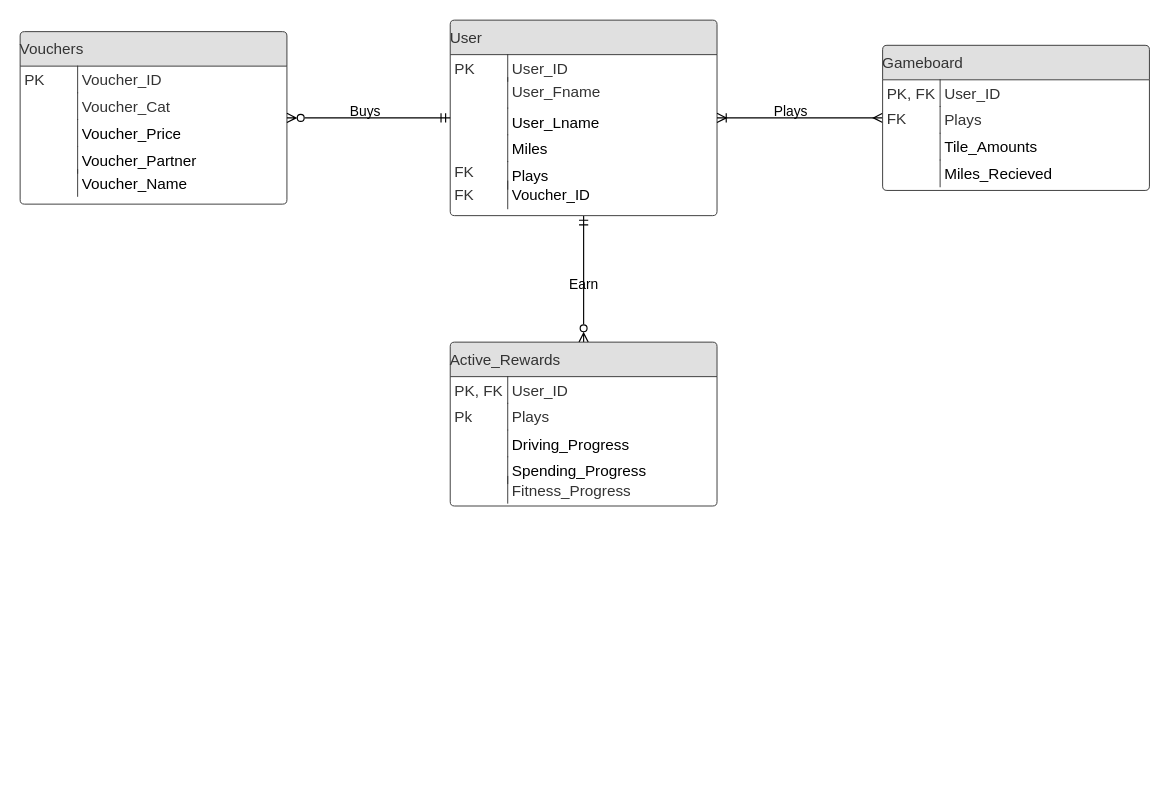
The draw.io diagram CMPG323proj1.drawio in TimonAugustyn/AccountSystem28585984, before the edit. Source tidied: cells renumbered, new cells numbered last; positions are measured from the earlier drawing's top-left corner, leaving out a move shared by most shapes. Both pictures are drawn from the tidied source at 115%, with x=0, y=0 at pixel (20, 20).
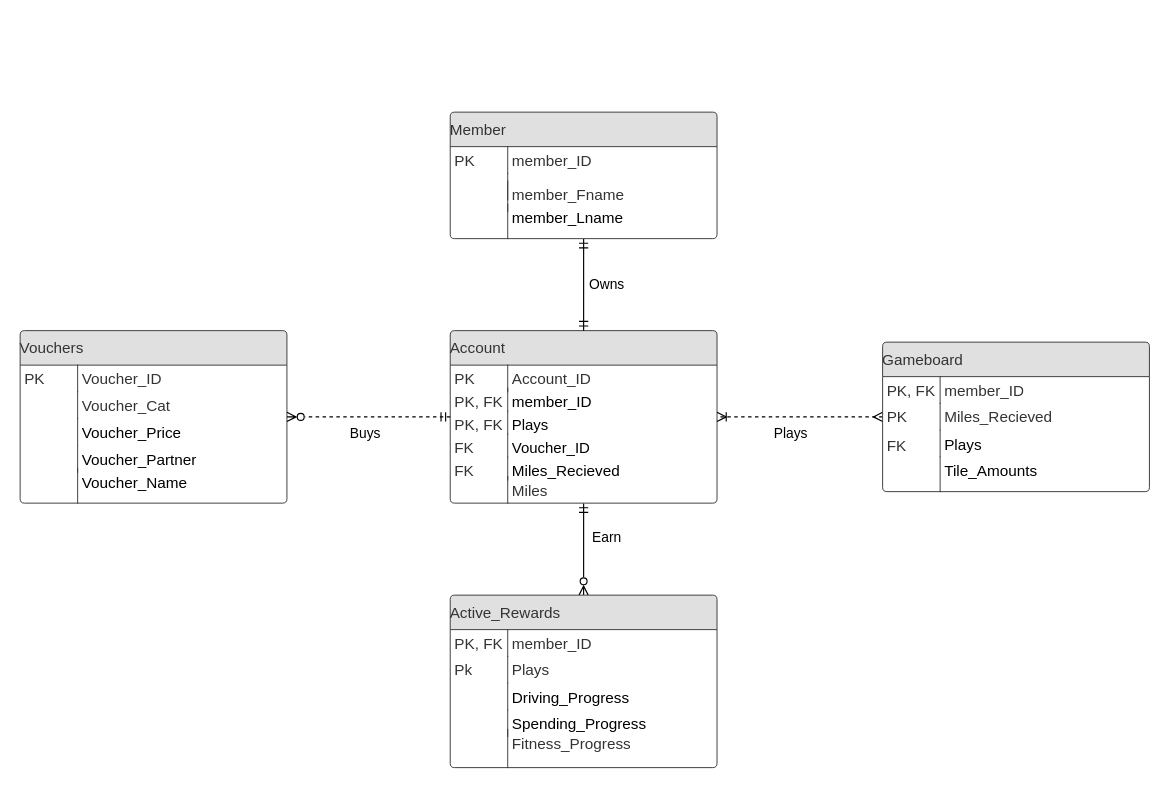
The same diagram, later.

Commit message:
Mostly finished

Added account table and create the tables in SQL developer to test it

What changed in the source:
```diff
@@
-    <mxCell id="3" value="User" style="html=1;overflow=block;blockSpacing=1;whiteSpace=wrap;swimlane;fontStyle=0;swimlaneFillColor=#ffffff;startSize=30;whiteSpace=wrap;fontSize=13.3;fontColor=#333333;align=left;fillColor=#e0e0e0;whiteSpace=wrap;spacing=0;strokeColor=#333333;strokeOpacity=100;fillOpacity=100;rounded=1;absoluteArcSize=1;arcSize=7.5;strokeWidth=0.8;" parent="1" vertex="1">
-      <mxGeometry x="374" width="232" height="170" as="geometry" />
+    <mxCell id="3" value="Account" style="html=1;overflow=block;blockSpacing=1;whiteSpace=wrap;swimlane;fontStyle=0;swimlaneFillColor=#ffffff;startSize=30;whiteSpace=wrap;fontSize=13.3;fontColor=#333333;align=left;fillColor=#e0e0e0;whiteSpace=wrap;spacing=0;strokeColor=#333333;strokeOpacity=100;fillOpacity=100;rounded=1;absoluteArcSize=1;arcSize=7.5;strokeWidth=0.8;" parent="1" vertex="1">
+      <mxGeometry x="374" y="270" width="232" height="150" as="geometry" />
     </mxCell>
@@
-    <mxCell id="5" value="User_ID" style="shape=partialRectangle;top=0;right=0;bottom=0;align=left;verticalAlign=top;spacingLeft=4;spacingRight=4;overflow=hidden;whiteSpace=wrap;swimlaneFillColor=#ffffff;whiteSpace=wrap;fontSize=13.3;fontColor=#333333;fillColor=none;strokeOpacity=100;fillOpacity=100;whiteSpace=wrap;spacing=0;strokeColor=#333333;rounded=1;absoluteArcSize=1;arcSize=7.5;strokeWidth=0.8;" parent="3" vertex="1">
+    <mxCell id="5" value="Account_ID" style="shape=partialRectangle;top=0;right=0;bottom=0;align=left;verticalAlign=top;spacingLeft=4;spacingRight=4;overflow=hidden;whiteSpace=wrap;swimlaneFillColor=#ffffff;whiteSpace=wrap;fontSize=13.3;fontColor=#333333;fillColor=none;strokeOpacity=100;fillOpacity=100;whiteSpace=wrap;spacing=0;strokeColor=#333333;rounded=1;absoluteArcSize=1;arcSize=7.5;strokeWidth=0.8;" parent="3" vertex="1">
       <mxGeometry x="50" y="30" width="160" height="23.2" as="geometry" />
     </mxCell>
-    <mxCell id="6" value="User_Fname" style="shape=partialRectangle;top=0;right=0;bottom=0;align=left;verticalAlign=top;spacingLeft=4;spacingRight=4;overflow=hidden;whiteSpace=wrap;swimlaneFillColor=#ffffff;whiteSpace=wrap;fontSize=13.3;fontColor=#333333;fillColor=none;strokeOpacity=100;fillOpacity=100;whiteSpace=wrap;spacing=0;strokeColor=#333333;rounded=1;absoluteArcSize=1;arcSize=7.5;strokeWidth=0.8;" parent="3" vertex="1">
-      <mxGeometry x="50" y="50" width="160" height="26.5" as="geometry" />
-    </mxCell>
-    <mxCell id="7" value="User_Lname" style="shape=partialRectangle;top=0;right=0;bottom=0;align=left;verticalAlign=top;spacingLeft=4;spacingRight=4;overflow=hidden;whiteSpace=wrap;swimlaneFillColor=#ffffff;whiteSpace=wrap;fontSize=13.3;fillColor=none;strokeOpacity=100;fillOpacity=100;whiteSpace=wrap;spacing=0;strokeColor=#333333;rounded=1;absoluteArcSize=1;arcSize=7.5;strokeWidth=0.8;" parent="3" vertex="1">
-      <mxGeometry x="50" y="76.5" width="160" height="23.2" as="geometry" />
-    </mxCell>
-    <mxCell id="8" value="Miles" style="shape=partialRectangle;top=0;right=0;bottom=0;align=left;verticalAlign=top;spacingLeft=4;spacingRight=4;overflow=hidden;whiteSpace=wrap;swimlaneFillColor=#ffffff;whiteSpace=wrap;fontSize=13.3;fillColor=none;strokeOpacity=100;fillOpacity=100;whiteSpace=wrap;spacing=0;strokeColor=#333333;rounded=1;absoluteArcSize=1;arcSize=7.5;strokeWidth=0.8;" parent="3" vertex="1">
-      <mxGeometry x="50" y="99.8" width="160" height="23.2" as="geometry" />
+    <mxCell id="8" value="member_ID" style="shape=partialRectangle;top=0;right=0;bottom=0;align=left;verticalAlign=top;spacingLeft=4;spacingRight=4;overflow=hidden;whiteSpace=wrap;swimlaneFillColor=#ffffff;whiteSpace=wrap;fontSize=13.3;fillColor=none;strokeOpacity=100;fillOpacity=100;whiteSpace=wrap;spacing=0;strokeColor=#333333;rounded=1;absoluteArcSize=1;arcSize=7.5;strokeWidth=0.8;" parent="3" vertex="1">
+      <mxGeometry x="50" y="50" width="160" height="20" as="geometry" />
     </mxCell>
-    <mxCell id="9" style="strokeColor=none;align=left;verticalAlign=top;spacingLeft=4;spacingRight=4;overflow=hidden;whiteSpace=wrap;swimlaneFillColor=#ffffff;whiteSpace=wrap;fontSize=13;fillColor=none;strokeOpacity=100;fillOpacity=100;whiteSpace=wrap;spacing=0;rounded=1;absoluteArcSize=1;arcSize=7.5;strokeWidth=0.8;" parent="3" vertex="1">
-      <mxGeometry y="123" width="54.2" height="24" as="geometry" />
-    </mxCell>
     <mxCell id="10" value="Plays" style="shape=partialRectangle;top=0;right=0;bottom=0;align=left;verticalAlign=top;spacingLeft=4;spacingRight=4;overflow=hidden;whiteSpace=wrap;swimlaneFillColor=#ffffff;whiteSpace=wrap;fontSize=13;fillColor=none;strokeOpacity=100;fillOpacity=100;whiteSpace=wrap;spacing=0;strokeColor=#333333;rounded=1;absoluteArcSize=1;arcSize=7.5;strokeWidth=0.8;" parent="3" vertex="1">
-      <mxGeometry x="50" y="123" width="160" height="24" as="geometry" />
+      <mxGeometry x="50" y="70" width="160" height="20" as="geometry" />
     </mxCell>
     <mxCell id="11" value="Voucher_ID" style="shape=partialRectangle;top=0;right=0;bottom=0;align=left;verticalAlign=top;spacingLeft=4;spacingRight=4;overflow=hidden;whiteSpace=wrap;swimlaneFillColor=#ffffff;whiteSpace=wrap;fontSize=13;fillColor=none;strokeOpacity=100;fillOpacity=100;whiteSpace=wrap;spacing=0;strokeColor=#333333;rounded=1;absoluteArcSize=1;arcSize=7.5;strokeWidth=0.8;" parent="3" vertex="1">
-      <mxGeometry x="50" y="140" width="160.8" height="24" as="geometry" />
+      <mxGeometry x="50" y="90" width="160.8" height="20" as="geometry" />
     </mxCell>
-    <mxCell id="12" value="FK" style="strokeColor=none;align=left;verticalAlign=top;spacingLeft=4;spacingRight=4;overflow=hidden;whiteSpace=wrap;swimlaneFillColor=#ffffff;whiteSpace=wrap;fontSize=13.3;fontColor=#333333;fillColor=none;strokeOpacity=100;fillOpacity=100;whiteSpace=wrap;spacing=0;rounded=1;absoluteArcSize=1;arcSize=7.5;strokeWidth=0.8;" parent="3" vertex="1">
-      <mxGeometry y="120" width="54.2" height="23.2" as="geometry" />
-    </mxCell>
-    <mxCell id="13" value="FK" style="strokeColor=none;align=left;verticalAlign=top;spacingLeft=4;spacingRight=4;overflow=hidden;whiteSpace=wrap;swimlaneFillColor=#ffffff;whiteSpace=wrap;fontSize=13.3;fontColor=#333333;fillColor=none;strokeOpacity=100;fillOpacity=100;whiteSpace=wrap;spacing=0;rounded=1;absoluteArcSize=1;arcSize=7.5;strokeWidth=0.8;" parent="3" vertex="1">
-      <mxGeometry y="140" width="54.2" height="23.2" as="geometry" />
-    </mxCell>
+    <mxCell id="41" value="PK, FK" style="strokeColor=none;align=left;verticalAlign=top;spacingLeft=4;spacingRight=4;overflow=hidden;whiteSpace=wrap;swimlaneFillColor=#ffffff;whiteSpace=wrap;fontSize=13.3;fontColor=#333333;fillColor=none;strokeOpacity=100;fillOpacity=100;whiteSpace=wrap;spacing=0;rounded=1;absoluteArcSize=1;arcSize=7.5;strokeWidth=0.8;" parent="3" vertex="1">
+      <mxGeometry y="50" width="54.2" height="23.2" as="geometry" />
+    </mxCell>
+    <mxCell id="42" value="PK, FK" style="strokeColor=none;align=left;verticalAlign=top;spacingLeft=4;spacingRight=4;overflow=hidden;whiteSpace=wrap;swimlaneFillColor=#ffffff;whiteSpace=wrap;fontSize=13.3;fontColor=#333333;fillColor=none;strokeOpacity=100;fillOpacity=100;whiteSpace=wrap;spacing=0;rounded=1;absoluteArcSize=1;arcSize=7.5;strokeWidth=0.8;" parent="3" vertex="1">
+      <mxGeometry y="70" width="54.2" height="23.2" as="geometry" />
+    </mxCell>
+    <mxCell id="43" value="FK" style="strokeColor=none;align=left;verticalAlign=top;spacingLeft=4;spacingRight=4;overflow=hidden;whiteSpace=wrap;swimlaneFillColor=#ffffff;whiteSpace=wrap;fontSize=13.3;fontColor=#333333;fillColor=none;strokeOpacity=100;fillOpacity=100;whiteSpace=wrap;spacing=0;rounded=1;absoluteArcSize=1;arcSize=7.5;strokeWidth=0.8;" parent="3" vertex="1">
+      <mxGeometry y="90" width="54.2" height="23.2" as="geometry" />
+    </mxCell>
+    <mxCell id="44" value="Miles_Recieved" style="shape=partialRectangle;top=0;right=0;bottom=0;align=left;verticalAlign=top;spacingLeft=4;spacingRight=4;overflow=hidden;whiteSpace=wrap;swimlaneFillColor=#ffffff;whiteSpace=wrap;fontSize=13.3;fillColor=none;strokeOpacity=100;fillOpacity=100;whiteSpace=wrap;spacing=0;strokeColor=#333333;rounded=1;absoluteArcSize=1;arcSize=7.5;strokeWidth=0.8;" parent="3" vertex="1">
+      <mxGeometry x="50" y="110" width="156" height="20" as="geometry" />
+    </mxCell>
+    <mxCell id="45" value="Miles" style="shape=partialRectangle;top=0;right=0;bottom=0;align=left;verticalAlign=top;spacingLeft=4;spacingRight=4;overflow=hidden;whiteSpace=wrap;swimlaneFillColor=#ffffff;whiteSpace=wrap;fontSize=13.3;fontColor=#333333;fillColor=none;strokeOpacity=100;fillOpacity=100;whiteSpace=wrap;spacing=0;strokeColor=#333333;rounded=1;absoluteArcSize=1;arcSize=7.5;strokeWidth=0.8;" parent="3" vertex="1">
+      <mxGeometry x="50" y="126.8" width="156" height="23.2" as="geometry" />
+    </mxCell>
+    <mxCell id="46" value="FK" style="strokeColor=none;align=left;verticalAlign=top;spacingLeft=4;spacingRight=4;overflow=hidden;whiteSpace=wrap;swimlaneFillColor=#ffffff;whiteSpace=wrap;fontSize=13.3;fontColor=#333333;fillColor=none;strokeOpacity=100;fillOpacity=100;whiteSpace=wrap;spacing=0;rounded=1;absoluteArcSize=1;arcSize=7.5;strokeWidth=0.8;" parent="3" vertex="1">
+      <mxGeometry y="110" width="54.2" height="23.2" as="geometry" />
+    </mxCell>
     <mxCell id="14" value="Vouchers" style="html=1;overflow=block;blockSpacing=1;whiteSpace=wrap;swimlane;fontStyle=0;swimlaneFillColor=#ffffff;startSize=30;whiteSpace=wrap;fontSize=13.3;fontColor=#333333;align=left;fillColor=#e0e0e0;whiteSpace=wrap;spacing=0;strokeColor=#333333;strokeOpacity=100;fillOpacity=100;rounded=1;absoluteArcSize=1;arcSize=7.5;strokeWidth=0.8;" parent="1" vertex="1">
-      <mxGeometry y="10" width="232" height="150" as="geometry" />
+      <mxGeometry y="270" width="232" height="150" as="geometry" />
     </mxCell>
@@
     <mxCell id="20" value="Voucher_Name" style="shape=partialRectangle;top=0;right=0;bottom=0;align=left;verticalAlign=top;spacingLeft=4;spacingRight=4;overflow=hidden;whiteSpace=wrap;swimlaneFillColor=#ffffff;whiteSpace=wrap;fontSize=13.3;fillColor=none;strokeOpacity=100;fillOpacity=100;whiteSpace=wrap;spacing=0;strokeColor=#333333;rounded=1;absoluteArcSize=1;arcSize=7.5;strokeWidth=0.8;" parent="14" vertex="1">
-      <mxGeometry x="50" y="120" width="155.8" height="23.2" as="geometry" />
+      <mxGeometry x="50" y="120" width="155.8" height="30" as="geometry" />
     </mxCell>
     <mxCell id="21" value="Active_Rewards" style="html=1;overflow=block;blockSpacing=1;whiteSpace=wrap;swimlane;fontStyle=0;swimlaneFillColor=#ffffff;startSize=30;whiteSpace=wrap;fontSize=13.3;fontColor=#333333;align=left;fillColor=#e0e0e0;whiteSpace=wrap;spacing=0;strokeColor=#333333;strokeOpacity=100;fillOpacity=100;rounded=1;absoluteArcSize=1;arcSize=7.5;strokeWidth=0.8;" parent="1" vertex="1">
-      <mxGeometry x="374" y="280" width="232" height="142.5" as="geometry" />
+      <mxGeometry x="374" y="500" width="232" height="150" as="geometry" />
     </mxCell>
@@
-    <mxCell id="23" value="User_ID" style="shape=partialRectangle;top=0;right=0;bottom=0;align=left;verticalAlign=top;spacingLeft=4;spacingRight=4;overflow=hidden;whiteSpace=wrap;swimlaneFillColor=#ffffff;whiteSpace=wrap;fontSize=13.3;fontColor=#333333;fillColor=none;strokeOpacity=100;fillOpacity=100;whiteSpace=wrap;spacing=0;strokeColor=#333333;rounded=1;absoluteArcSize=1;arcSize=7.5;strokeWidth=0.8;" parent="21" vertex="1">
+    <mxCell id="23" value="member_ID" style="shape=partialRectangle;top=0;right=0;bottom=0;align=left;verticalAlign=top;spacingLeft=4;spacingRight=4;overflow=hidden;whiteSpace=wrap;swimlaneFillColor=#ffffff;whiteSpace=wrap;fontSize=13.3;fontColor=#333333;fillColor=none;strokeOpacity=100;fillOpacity=100;whiteSpace=wrap;spacing=0;strokeColor=#333333;rounded=1;absoluteArcSize=1;arcSize=7.5;strokeWidth=0.8;" parent="21" vertex="1">
       <mxGeometry x="50" y="30" width="160" height="23.2" as="geometry" />
     </mxCell>
@@
     <mxCell id="27" value="Fitness_Progress" style="shape=partialRectangle;top=0;right=0;bottom=0;align=left;verticalAlign=top;spacingLeft=4;spacingRight=4;overflow=hidden;whiteSpace=wrap;swimlaneFillColor=#ffffff;whiteSpace=wrap;fontSize=13.3;fontColor=#333333;fillColor=none;strokeOpacity=100;fillOpacity=100;whiteSpace=wrap;spacing=0;strokeColor=#333333;rounded=1;absoluteArcSize=1;arcSize=7.5;strokeWidth=0.8;" parent="21" vertex="1">
-      <mxGeometry x="50" y="116.8" width="165.8" height="23.2" as="geometry" />
+      <mxGeometry x="50" y="116.8" width="165.8" height="33.2" as="geometry" />
     </mxCell>
@@
-    <mxCell id="29" style="edgeStyle=orthogonalEdgeStyle;rounded=0;jettySize=auto;html=1;entryX=1;entryY=0.5;entryDx=0;entryDy=0;exitX=0;exitY=0.5;exitDx=0;exitDy=0;startArrow=ERmandOne;startFill=0;endArrow=ERzeroToMany;endFill=0;" parent="1" edge="1" source="3" target="14">
+    <mxCell id="29" style="edgeStyle=orthogonalEdgeStyle;rounded=0;jettySize=auto;html=1;entryX=1;entryY=0.5;entryDx=0;entryDy=0;exitX=0;exitY=0.5;exitDx=0;exitDy=0;startArrow=ERmandOne;startFill=0;endArrow=ERzeroToMany;endFill=0;dashed=1;" parent="1" edge="1" source="3" target="14">
       <mxGeometry relative="1" as="geometry" />
     </mxCell>
     <mxCell id="30" value="Earn" style="text;html=1;align=center;verticalAlign=middle;strokeColor=none;fillColor=none;" parent="1" vertex="1">
-      <mxGeometry x="470" y="220" width="40" height="20" as="geometry" />
+      <mxGeometry x="490" y="440" width="40" height="20" as="geometry" />
     </mxCell>
     <mxCell id="31" value="Buys" style="text;html=1;align=center;verticalAlign=middle;strokeColor=none;fillColor=none;" parent="1" vertex="1">
-      <mxGeometry x="280" y="70" width="40" height="20" as="geometry" />
+      <mxGeometry x="280" y="350" width="40" height="20" as="geometry" />
     </mxCell>
-    <mxCell id="32" style="edgeStyle=orthogonalEdgeStyle;rounded=0;jettySize=auto;html=1;entryX=1;entryY=0.5;entryDx=0;entryDy=0;startArrow=ERmany;startFill=0;endArrow=ERoneToMany;endFill=0;" parent="1" edge="1" source="33" target="3">
+    <mxCell id="32" style="edgeStyle=orthogonalEdgeStyle;rounded=0;jettySize=auto;html=1;entryX=1;entryY=0.5;entryDx=0;entryDy=0;startArrow=ERmany;startFill=0;endArrow=ERoneToMany;endFill=0;dashed=1;" parent="1" edge="1" source="33" target="3">
       <mxGeometry relative="1" as="geometry" />
     </mxCell>
     <mxCell id="33" value="Gameboard" style="html=1;overflow=block;blockSpacing=1;whiteSpace=wrap;swimlane;fontStyle=0;swimlaneFillColor=#ffffff;startSize=30;whiteSpace=wrap;fontSize=13.3;fontColor=#333333;align=left;fillColor=#e0e0e0;whiteSpace=wrap;spacing=0;strokeColor=#333333;strokeOpacity=100;fillOpacity=100;rounded=1;absoluteArcSize=1;arcSize=7.5;strokeWidth=0.8;" parent="1" vertex="1">
-      <mxGeometry x="750" y="21.9" width="232" height="126.2" as="geometry" />
+      <mxGeometry x="750" y="280" width="232" height="130" as="geometry" />
     </mxCell>
@@
-    <mxCell id="35" value="User_ID" style="shape=partialRectangle;top=0;right=0;bottom=0;align=left;verticalAlign=top;spacingLeft=4;spacingRight=4;overflow=hidden;whiteSpace=wrap;swimlaneFillColor=#ffffff;whiteSpace=wrap;fontSize=13.3;fontColor=#333333;fillColor=none;strokeOpacity=100;fillOpacity=100;whiteSpace=wrap;spacing=0;strokeColor=#333333;rounded=1;absoluteArcSize=1;arcSize=7.5;strokeWidth=0.8;" parent="33" vertex="1">
+    <mxCell id="35" value="member_ID" style="shape=partialRectangle;top=0;right=0;bottom=0;align=left;verticalAlign=top;spacingLeft=4;spacingRight=4;overflow=hidden;whiteSpace=wrap;swimlaneFillColor=#ffffff;whiteSpace=wrap;fontSize=13.3;fontColor=#333333;fillColor=none;strokeOpacity=100;fillOpacity=100;whiteSpace=wrap;spacing=0;strokeColor=#333333;rounded=1;absoluteArcSize=1;arcSize=7.5;strokeWidth=0.8;" parent="33" vertex="1">
       <mxGeometry x="50" y="30" width="160" height="23.2" as="geometry" />
     </mxCell>
-    <mxCell id="36" value="Plays" style="shape=partialRectangle;top=0;right=0;bottom=0;align=left;verticalAlign=top;spacingLeft=4;spacingRight=4;overflow=hidden;whiteSpace=wrap;swimlaneFillColor=#ffffff;whiteSpace=wrap;fontSize=13.3;fontColor=#333333;fillColor=none;strokeOpacity=100;fillOpacity=100;whiteSpace=wrap;spacing=0;strokeColor=#333333;rounded=1;absoluteArcSize=1;arcSize=7.5;strokeWidth=0.8;" parent="33" vertex="1">
+    <mxCell id="36" value="Miles_Recieved" style="shape=partialRectangle;top=0;right=0;bottom=0;align=left;verticalAlign=top;spacingLeft=4;spacingRight=4;overflow=hidden;whiteSpace=wrap;swimlaneFillColor=#ffffff;whiteSpace=wrap;fontSize=13.3;fontColor=#333333;fillColor=none;strokeOpacity=100;fillOpacity=100;whiteSpace=wrap;spacing=0;strokeColor=#333333;rounded=1;absoluteArcSize=1;arcSize=7.5;strokeWidth=0.8;" parent="33" vertex="1">
       <mxGeometry x="50" y="53.2" width="160" height="23.2" as="geometry" />
     </mxCell>
-    <mxCell id="37" value="Tile_Amounts" style="shape=partialRectangle;top=0;right=0;bottom=0;align=left;verticalAlign=top;spacingLeft=4;spacingRight=4;overflow=hidden;whiteSpace=wrap;swimlaneFillColor=#ffffff;whiteSpace=wrap;fontSize=13.3;fillColor=none;strokeOpacity=100;fillOpacity=100;whiteSpace=wrap;spacing=0;strokeColor=#333333;rounded=1;absoluteArcSize=1;arcSize=7.5;strokeWidth=0.8;" parent="33" vertex="1">
+    <mxCell id="37" value="Plays" style="shape=partialRectangle;top=0;right=0;bottom=0;align=left;verticalAlign=top;spacingLeft=4;spacingRight=4;overflow=hidden;whiteSpace=wrap;swimlaneFillColor=#ffffff;whiteSpace=wrap;fontSize=13.3;fillColor=none;strokeOpacity=100;fillOpacity=100;whiteSpace=wrap;spacing=0;strokeColor=#333333;rounded=1;absoluteArcSize=1;arcSize=7.5;strokeWidth=0.8;" parent="33" vertex="1">
       <mxGeometry x="50" y="76.5" width="160" height="23.2" as="geometry" />
     </mxCell>
-    <mxCell id="38" value="Miles_Recieved" style="shape=partialRectangle;top=0;right=0;bottom=0;align=left;verticalAlign=top;spacingLeft=4;spacingRight=4;overflow=hidden;whiteSpace=wrap;swimlaneFillColor=#ffffff;whiteSpace=wrap;fontSize=13.3;fillColor=none;strokeOpacity=100;fillOpacity=100;whiteSpace=wrap;spacing=0;strokeColor=#333333;rounded=1;absoluteArcSize=1;arcSize=7.5;strokeWidth=0.8;" parent="33" vertex="1">
-      <mxGeometry x="50" y="99.8" width="160" height="23.2" as="geometry" />
+    <mxCell id="38" value="Tile_Amounts" style="shape=partialRectangle;top=0;right=0;bottom=0;align=left;verticalAlign=top;spacingLeft=4;spacingRight=4;overflow=hidden;whiteSpace=wrap;swimlaneFillColor=#ffffff;whiteSpace=wrap;fontSize=13.3;fillColor=none;strokeOpacity=100;fillOpacity=100;whiteSpace=wrap;spacing=0;strokeColor=#333333;rounded=1;absoluteArcSize=1;arcSize=7.5;strokeWidth=0.8;" parent="33" vertex="1">
+      <mxGeometry x="50" y="99.8" width="160" height="30.2" as="geometry" />
     </mxCell>
-    <mxCell id="39" value="FK" style="strokeColor=none;align=left;verticalAlign=top;spacingLeft=4;spacingRight=4;overflow=hidden;whiteSpace=wrap;swimlaneFillColor=#ffffff;whiteSpace=wrap;fontSize=13.3;fontColor=#333333;fillColor=none;strokeOpacity=100;fillOpacity=100;whiteSpace=wrap;spacing=0;rounded=1;absoluteArcSize=1;arcSize=7.5;strokeWidth=0.8;" parent="33" vertex="1">
+    <mxCell id="39" value="PK" style="strokeColor=none;align=left;verticalAlign=top;spacingLeft=4;spacingRight=4;overflow=hidden;whiteSpace=wrap;swimlaneFillColor=#ffffff;whiteSpace=wrap;fontSize=13.3;fontColor=#333333;fillColor=none;strokeOpacity=100;fillOpacity=100;whiteSpace=wrap;spacing=0;rounded=1;absoluteArcSize=1;arcSize=7.5;strokeWidth=0.8;" parent="33" vertex="1">
       <mxGeometry y="52.5" width="54.2" height="23.2" as="geometry" />
     </mxCell>
+    <mxCell id="47" value="FK" style="strokeColor=none;align=left;verticalAlign=top;spacingLeft=4;spacingRight=4;overflow=hidden;whiteSpace=wrap;swimlaneFillColor=#ffffff;whiteSpace=wrap;fontSize=13.3;fontColor=#333333;fillColor=none;strokeOpacity=100;fillOpacity=100;whiteSpace=wrap;spacing=0;rounded=1;absoluteArcSize=1;arcSize=7.5;strokeWidth=0.8;" parent="33" vertex="1">
+      <mxGeometry y="78.1" width="54.2" height="23.2" as="geometry" />
+    </mxCell>
     <mxCell id="40" value="Plays" style="text;html=1;align=center;verticalAlign=middle;strokeColor=none;fillColor=none;" parent="1" vertex="1">
-      <mxGeometry x="650" y="70" width="40" height="20" as="geometry" />
+      <mxGeometry x="650" y="350" width="40" height="20" as="geometry" />
     </mxCell>
+    <mxCell id="48" style="edgeStyle=orthogonalEdgeStyle;rounded=0;jettySize=auto;html=1;entryX=0.5;entryY=0;entryDx=0;entryDy=0;endArrow=ERmandOne;endFill=0;startArrow=ERmandOne;startFill=0;" parent="1" edge="1" source="49" target="3">
+      <mxGeometry relative="1" as="geometry" />
+    </mxCell>
+    <mxCell id="49" value="Member" style="html=1;overflow=block;blockSpacing=1;whiteSpace=wrap;swimlane;fontStyle=0;swimlaneFillColor=#ffffff;startSize=30;whiteSpace=wrap;fontSize=13.3;fontColor=#333333;align=left;fillColor=#e0e0e0;whiteSpace=wrap;spacing=0;strokeColor=#333333;strokeOpacity=100;fillOpacity=100;rounded=1;absoluteArcSize=1;arcSize=7.5;strokeWidth=0.8;" parent="1" vertex="1">
+      <mxGeometry x="374" y="80" width="232" height="110" as="geometry" />
+    </mxCell>
+    <mxCell id="50" value="PK" style="strokeColor=none;align=left;verticalAlign=top;spacingLeft=4;spacingRight=4;overflow=hidden;whiteSpace=wrap;swimlaneFillColor=#ffffff;whiteSpace=wrap;fontSize=13.3;fontColor=#333333;fillColor=none;strokeOpacity=100;fillOpacity=100;whiteSpace=wrap;spacing=0;rounded=1;absoluteArcSize=1;arcSize=7.5;strokeWidth=0.8;" parent="49" vertex="1">
+      <mxGeometry y="30" width="54.2" height="23.2" as="geometry" />
+    </mxCell>
+    <mxCell id="51" value="member_ID" style="shape=partialRectangle;top=0;right=0;bottom=0;align=left;verticalAlign=top;spacingLeft=4;spacingRight=4;overflow=hidden;whiteSpace=wrap;swimlaneFillColor=#ffffff;whiteSpace=wrap;fontSize=13.3;fontColor=#333333;fillColor=none;strokeOpacity=100;fillOpacity=100;whiteSpace=wrap;spacing=0;strokeColor=#333333;rounded=1;absoluteArcSize=1;arcSize=7.5;strokeWidth=0.8;" parent="49" vertex="1">
+      <mxGeometry x="50" y="30" width="160" height="23.2" as="geometry" />
+    </mxCell>
+    <mxCell id="52" style="shape=partialRectangle;top=0;right=0;bottom=0;align=left;verticalAlign=top;spacingLeft=4;spacingRight=4;overflow=hidden;whiteSpace=wrap;swimlaneFillColor=#ffffff;whiteSpace=wrap;fontSize=13.3;fontColor=#333333;fillColor=none;strokeOpacity=100;fillOpacity=100;whiteSpace=wrap;spacing=0;strokeColor=#333333;rounded=1;absoluteArcSize=1;arcSize=7.5;strokeWidth=0.8;" parent="49" vertex="1">
+      <mxGeometry x="50" y="53.2" width="160" height="23.2" as="geometry" />
+    </mxCell>
+    <mxCell id="53" value="member_Fname" style="shape=partialRectangle;top=0;right=0;bottom=0;align=left;verticalAlign=top;spacingLeft=4;spacingRight=4;overflow=hidden;whiteSpace=wrap;swimlaneFillColor=#ffffff;whiteSpace=wrap;fontSize=13.3;fontColor=#333333;fillColor=none;strokeOpacity=100;fillOpacity=100;whiteSpace=wrap;spacing=0;strokeColor=#333333;rounded=1;absoluteArcSize=1;arcSize=7.5;strokeWidth=0.8;" parent="49" vertex="1">
+      <mxGeometry x="50" y="60" width="156" height="26.5" as="geometry" />
+    </mxCell>
+    <mxCell id="54" value="member_Lname" style="shape=partialRectangle;top=0;right=0;bottom=0;align=left;verticalAlign=top;spacingLeft=4;spacingRight=4;overflow=hidden;whiteSpace=wrap;swimlaneFillColor=#ffffff;whiteSpace=wrap;fontSize=13.3;fillColor=none;strokeOpacity=100;fillOpacity=100;whiteSpace=wrap;spacing=0;strokeColor=#333333;rounded=1;absoluteArcSize=1;arcSize=7.5;strokeWidth=0.8;" parent="49" vertex="1">
+      <mxGeometry x="50" y="80" width="156" height="30" as="geometry" />
+    </mxCell>
+    <mxCell id="55" value="Owns" style="text;html=1;align=center;verticalAlign=middle;strokeColor=none;fillColor=none;" parent="1" vertex="1">
+      <mxGeometry x="485" y="220" width="50" height="20" as="geometry" />
+    </mxCell>
```
